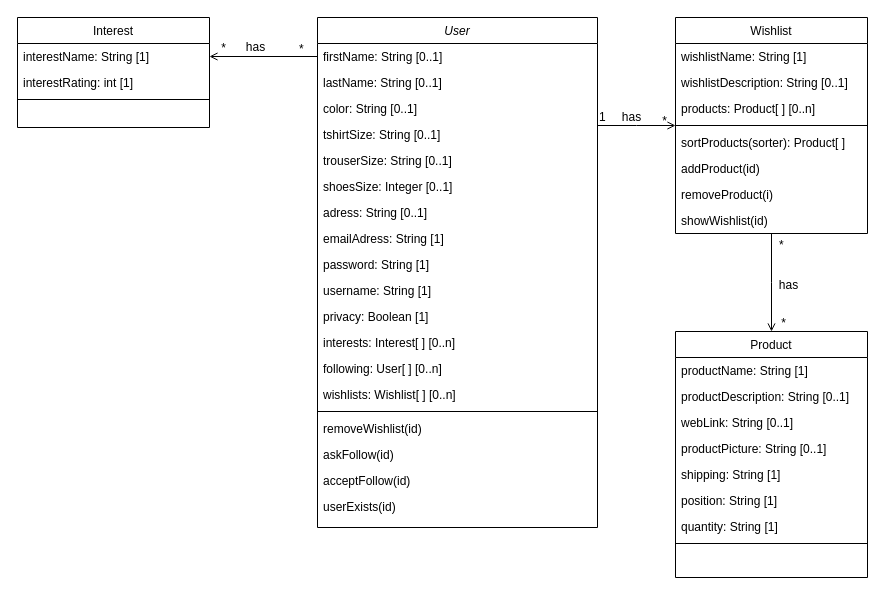
Before: Diagrammes/ClassDiagram.drawio in NNepper/LSINF1225-2020-GroupeL1.1-WishList, a draw.io diagram. Source tidied: cells renumbered, new cells numbered last; positions are measured from the earlier drawing's top-left corner, leaving out a move shared by most shapes. Both pictures are drawn from the tidied source at 100%, with x=0, y=0 at pixel (17, 17).
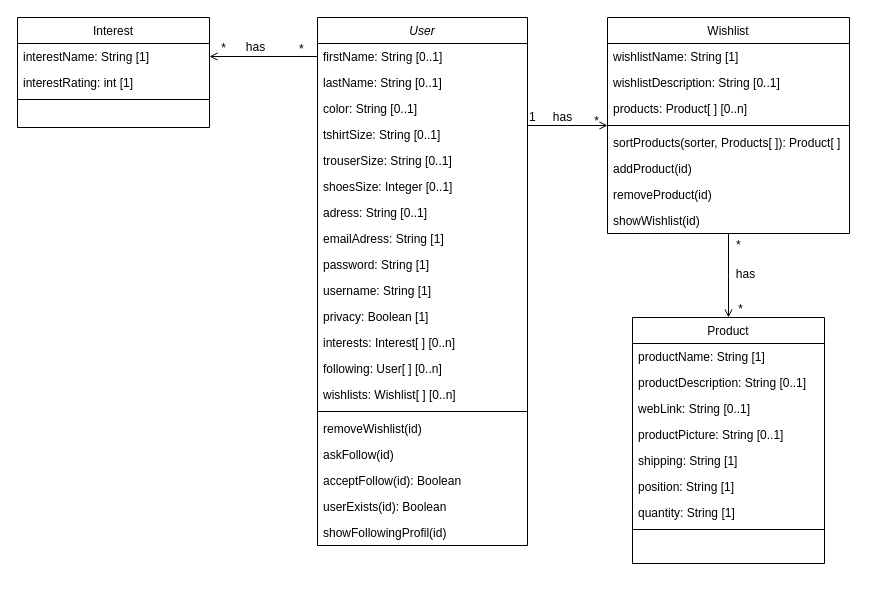
The same diagram, later.

Commit message (it also covers changes not shown here):
Modification des fonctions

Change to the diagram source:
```diff
@@
     <mxCell id="2" value="User" style="swimlane;fontStyle=2;align=center;verticalAlign=top;horizontal=1;startSize=26;rounded=0;shadow=0;strokeWidth=1;" parent="1" vertex="1">
-      <mxGeometry x="300" width="280" height="510" as="geometry" />
+      <mxGeometry x="300" width="210" height="528" as="geometry" />
     </mxCell>
     <mxCell id="3" value="firstName: String [0..1]" style="text;align=left;verticalAlign=top;spacingLeft=4;spacingRight=4;overflow=hidden;points=[[0,0.5],[1,0.5]];portConstraint=eastwest;" parent="2" vertex="1">
-      <mxGeometry y="26" width="280" height="26" as="geometry" />
+      <mxGeometry y="26" width="210" height="26" as="geometry" />
     </mxCell>
     <mxCell id="4" value="lastName: String [0..1]" style="text;align=left;verticalAlign=top;spacingLeft=4;spacingRight=4;overflow=hidden;rounded=0;shadow=0;html=0;" parent="2" vertex="1">
-      <mxGeometry y="52" width="280" height="26" as="geometry" />
+      <mxGeometry y="52" width="210" height="26" as="geometry" />
     </mxCell>
     <mxCell id="5" value="color: String [0..1]" style="text;align=left;verticalAlign=top;spacingLeft=4;spacingRight=4;overflow=hidden;rounded=0;shadow=0;html=0;" parent="2" vertex="1">
-      <mxGeometry y="78" width="280" height="26" as="geometry" />
+      <mxGeometry y="78" width="210" height="26" as="geometry" />
     </mxCell>
     <mxCell id="6" value="tshirtSize: String [0..1]" style="text;align=left;verticalAlign=top;spacingLeft=4;spacingRight=4;overflow=hidden;" parent="2" vertex="1">
-      <mxGeometry y="104" width="280" height="26" as="geometry" />
+      <mxGeometry y="104" width="210" height="26" as="geometry" />
     </mxCell>
     <mxCell id="7" value="trouserSize: String [0..1]" style="text;align=left;verticalAlign=top;spacingLeft=4;spacingRight=4;overflow=hidden;" parent="2" vertex="1">
-      <mxGeometry y="130" width="280" height="26" as="geometry" />
+      <mxGeometry y="130" width="210" height="26" as="geometry" />
     </mxCell>
     <mxCell id="8" value="shoesSize: Integer [0..1]" style="text;align=left;verticalAlign=top;spacingLeft=4;spacingRight=4;overflow=hidden;" parent="2" vertex="1">
-      <mxGeometry y="156" width="280" height="26" as="geometry" />
+      <mxGeometry y="156" width="210" height="26" as="geometry" />
     </mxCell>
     <mxCell id="9" value="adress: String [0..1]" style="text;align=left;verticalAlign=top;spacingLeft=4;spacingRight=4;overflow=hidden;" parent="2" vertex="1">
-      <mxGeometry y="182" width="280" height="26" as="geometry" />
+      <mxGeometry y="182" width="210" height="26" as="geometry" />
     </mxCell>
     <mxCell id="10" value="emailAdress: String [1]" style="text;align=left;verticalAlign=top;spacingLeft=4;spacingRight=4;overflow=hidden;" parent="2" vertex="1">
-      <mxGeometry y="208" width="280" height="26" as="geometry" />
+      <mxGeometry y="208" width="210" height="26" as="geometry" />
     </mxCell>
     <mxCell id="11" value="password: String [1]" style="text;align=left;verticalAlign=top;spacingLeft=4;spacingRight=4;overflow=hidden;" parent="2" vertex="1">
-      <mxGeometry y="234" width="280" height="26" as="geometry" />
+      <mxGeometry y="234" width="210" height="26" as="geometry" />
     </mxCell>
     <mxCell id="12" value="username: String [1]" style="text;align=left;verticalAlign=top;spacingLeft=4;spacingRight=4;overflow=hidden;" parent="2" vertex="1">
-      <mxGeometry y="260" width="280" height="26" as="geometry" />
+      <mxGeometry y="260" width="210" height="26" as="geometry" />
     </mxCell>
     <mxCell id="13" value="privacy: Boolean [1]" style="text;align=left;verticalAlign=top;spacingLeft=4;spacingRight=4;overflow=hidden;" parent="2" vertex="1">
-      <mxGeometry y="286" width="280" height="26" as="geometry" />
+      <mxGeometry y="286" width="210" height="26" as="geometry" />
     </mxCell>
     <mxCell id="14" value="interests: Interest[ ] [0..n]" style="text;align=left;verticalAlign=top;spacingLeft=4;spacingRight=4;overflow=hidden;" parent="2" vertex="1">
-      <mxGeometry y="312" width="280" height="26" as="geometry" />
+      <mxGeometry y="312" width="210" height="26" as="geometry" />
     </mxCell>
     <mxCell id="15" value="following: User[ ] [0..n]" style="text;align=left;verticalAlign=top;spacingLeft=4;spacingRight=4;overflow=hidden;" parent="2" vertex="1">
-      <mxGeometry y="338" width="280" height="26" as="geometry" />
+      <mxGeometry y="338" width="210" height="26" as="geometry" />
     </mxCell>
     <mxCell id="16" value="wishlists: Wishlist[ ] [0..n]" style="text;align=left;verticalAlign=top;spacingLeft=4;spacingRight=4;overflow=hidden;" parent="2" vertex="1">
-      <mxGeometry y="364" width="280" height="26" as="geometry" />
+      <mxGeometry y="364" width="210" height="26" as="geometry" />
     </mxCell>
     <mxCell id="17" style="line;html=1;strokeWidth=1;align=left;verticalAlign=middle;spacingTop=-1;spacingLeft=3;spacingRight=3;labelPosition=right;" parent="2" vertex="1">
-      <mxGeometry y="390" width="280" height="8" as="geometry" />
+      <mxGeometry y="390" width="210" height="8" as="geometry" />
     </mxCell>
     <mxCell id="18" value="removeWishlist(id)" style="text;align=left;verticalAlign=top;spacingLeft=4;spacingRight=4;overflow=hidden;" parent="2" vertex="1">
-      <mxGeometry y="398" width="280" height="26" as="geometry" />
+      <mxGeometry y="398" width="210" height="26" as="geometry" />
     </mxCell>
     <mxCell id="19" value="askFollow(id)" style="text;align=left;verticalAlign=top;spacingLeft=4;spacingRight=4;overflow=hidden;" parent="2" vertex="1">
-      <mxGeometry y="424" width="280" height="26" as="geometry" />
+      <mxGeometry y="424" width="210" height="26" as="geometry" />
     </mxCell>
-    <mxCell id="20" value="acceptFollow(id)" style="text;align=left;verticalAlign=top;spacingLeft=4;spacingRight=4;overflow=hidden;" parent="2" vertex="1">
-      <mxGeometry y="450" width="280" height="26" as="geometry" />
+    <mxCell id="20" value="acceptFollow(id): Boolean" style="text;align=left;verticalAlign=top;spacingLeft=4;spacingRight=4;overflow=hidden;" parent="2" vertex="1">
+      <mxGeometry y="450" width="210" height="26" as="geometry" />
     </mxCell>
-    <mxCell id="21" value="userExists(id)" style="text;align=left;verticalAlign=top;spacingLeft=4;spacingRight=4;overflow=hidden;" parent="2" vertex="1">
-      <mxGeometry y="476" width="280" height="26" as="geometry" />
+    <mxCell id="21" value="userExists(id): Boolean" style="text;align=left;verticalAlign=top;spacingLeft=4;spacingRight=4;overflow=hidden;" parent="2" vertex="1">
+      <mxGeometry y="476" width="210" height="26" as="geometry" />
     </mxCell>
-    <mxCell id="22" value="Wishlist" style="swimlane;fontStyle=0;align=center;verticalAlign=top;horizontal=1;startSize=26;rounded=0;shadow=0;strokeWidth=1;" parent="1" vertex="1">
-      <mxGeometry x="658" width="192" height="216" as="geometry" />
-    </mxCell>
-    <mxCell id="23" value="wishlistName: String [1]" style="text;align=left;verticalAlign=top;spacingLeft=4;spacingRight=4;overflow=hidden;" parent="22" vertex="1">
-      <mxGeometry y="26" width="192" height="26" as="geometry" />
-    </mxCell>
-    <mxCell id="24" value="wishlistDescription: String [0..1]" style="text;align=left;verticalAlign=top;spacingLeft=4;spacingRight=4;overflow=hidden;rounded=0;shadow=0;html=0;" parent="22" vertex="1">
-      <mxGeometry y="52" width="192" height="26" as="geometry" />
-    </mxCell>
-    <mxCell id="25" value="products: Product[ ] [0..n]" style="text;align=left;verticalAlign=top;spacingLeft=4;spacingRight=4;overflow=hidden;rounded=0;shadow=0;html=0;" parent="22" vertex="1">
-      <mxGeometry y="78" width="192" height="26" as="geometry" />
-    </mxCell>
-    <mxCell id="26" style="line;html=1;strokeWidth=1;align=left;verticalAlign=middle;spacingTop=-1;spacingLeft=3;spacingRight=3;labelPosition=right;" parent="22" vertex="1">
-      <mxGeometry y="104" width="192" height="8" as="geometry" />
-    </mxCell>
-    <mxCell id="27" value="sortProducts(sorter): Product[ ]" style="text;align=left;verticalAlign=top;spacingLeft=4;spacingRight=4;overflow=hidden;rounded=0;shadow=0;html=0;" parent="22" vertex="1">
-      <mxGeometry y="112" width="192" height="26" as="geometry" />
-    </mxCell>
-    <mxCell id="28" value="addProduct(id)" style="text;align=left;verticalAlign=top;spacingLeft=4;spacingRight=4;overflow=hidden;rounded=0;shadow=0;html=0;" parent="22" vertex="1">
-      <mxGeometry y="138" width="192" height="26" as="geometry" />
-    </mxCell>
-    <mxCell id="29" value="removeProduct(i)" style="text;align=left;verticalAlign=top;spacingLeft=4;spacingRight=4;overflow=hidden;rounded=0;shadow=0;html=0;" parent="22" vertex="1">
-      <mxGeometry y="164" width="192" height="26" as="geometry" />
-    </mxCell>
-    <mxCell id="30" value="showWishlist(id)" style="text;align=left;verticalAlign=top;spacingLeft=4;spacingRight=4;overflow=hidden;rounded=0;shadow=0;html=0;" parent="22" vertex="1">
-      <mxGeometry y="190" width="192" height="26" as="geometry" />
-    </mxCell>
+    <mxCell id="56" value="showFollowingProfil(id)" style="text;align=left;verticalAlign=top;spacingLeft=4;spacingRight=4;overflow=hidden;" parent="2" vertex="1">
+      <mxGeometry y="502" width="210" height="26" as="geometry" />
+    </mxCell>
@@
+    <mxCell id="52" value="Interest" style="swimlane;fontStyle=0;align=center;verticalAlign=top;horizontal=1;startSize=26;rounded=0;shadow=0;strokeWidth=1;" parent="1" vertex="1">
+      <mxGeometry width="192" height="110" as="geometry" />
+    </mxCell>
+    <mxCell id="53" value="interestName: String [1]" style="text;align=left;verticalAlign=top;spacingLeft=4;spacingRight=4;overflow=hidden;points=[[0,0.5],[1,0.5]];portConstraint=eastwest;" parent="52" vertex="1">
+      <mxGeometry y="26" width="192" height="26" as="geometry" />
+    </mxCell>
+    <mxCell id="54" value="interestRating: int [1]" style="text;align=left;verticalAlign=top;spacingLeft=4;spacingRight=4;overflow=hidden;" parent="52" vertex="1">
+      <mxGeometry y="52" width="192" height="26" as="geometry" />
+    </mxCell>
+    <mxCell id="55" style="line;html=1;strokeWidth=1;align=left;verticalAlign=middle;spacingTop=-1;spacingLeft=3;spacingRight=3;labelPosition=right;" parent="52" vertex="1">
+      <mxGeometry y="78" width="192" height="8" as="geometry" />
+    </mxCell>
+    <mxCell id="22" value="Wishlist" style="swimlane;fontStyle=0;align=center;verticalAlign=top;horizontal=1;startSize=26;rounded=0;shadow=0;strokeWidth=1;" parent="1" vertex="1">
+      <mxGeometry x="590" width="242" height="216" as="geometry" />
+    </mxCell>
+    <mxCell id="23" value="wishlistName: String [1]" style="text;align=left;verticalAlign=top;spacingLeft=4;spacingRight=4;overflow=hidden;" parent="22" vertex="1">
+      <mxGeometry y="26" width="242" height="26" as="geometry" />
+    </mxCell>
+    <mxCell id="24" value="wishlistDescription: String [0..1]" style="text;align=left;verticalAlign=top;spacingLeft=4;spacingRight=4;overflow=hidden;rounded=0;shadow=0;html=0;" parent="22" vertex="1">
+      <mxGeometry y="52" width="242" height="26" as="geometry" />
+    </mxCell>
+    <mxCell id="25" value="products: Product[ ] [0..n]" style="text;align=left;verticalAlign=top;spacingLeft=4;spacingRight=4;overflow=hidden;rounded=0;shadow=0;html=0;" parent="22" vertex="1">
+      <mxGeometry y="78" width="242" height="26" as="geometry" />
+    </mxCell>
+    <mxCell id="26" style="line;html=1;strokeWidth=1;align=left;verticalAlign=middle;spacingTop=-1;spacingLeft=3;spacingRight=3;labelPosition=right;" parent="22" vertex="1">
+      <mxGeometry y="104" width="242" height="8" as="geometry" />
+    </mxCell>
+    <mxCell id="27" value="sortProducts(sorter, Products[ ]): Product[ ]" style="text;align=left;verticalAlign=top;spacingLeft=4;spacingRight=4;overflow=hidden;rounded=0;shadow=0;html=0;" parent="22" vertex="1">
+      <mxGeometry y="112" width="242" height="26" as="geometry" />
+    </mxCell>
+    <mxCell id="28" value="addProduct(id)" style="text;align=left;verticalAlign=top;spacingLeft=4;spacingRight=4;overflow=hidden;rounded=0;shadow=0;html=0;" parent="22" vertex="1">
+      <mxGeometry y="138" width="242" height="26" as="geometry" />
+    </mxCell>
+    <mxCell id="29" value="removeProduct(id)" style="text;align=left;verticalAlign=top;spacingLeft=4;spacingRight=4;overflow=hidden;rounded=0;shadow=0;html=0;" parent="22" vertex="1">
+      <mxGeometry y="164" width="242" height="26" as="geometry" />
+    </mxCell>
+    <mxCell id="30" value="showWishlist(id)" style="text;align=left;verticalAlign=top;spacingLeft=4;spacingRight=4;overflow=hidden;rounded=0;shadow=0;html=0;" parent="22" vertex="1">
+      <mxGeometry y="190" width="242" height="26" as="geometry" />
+    </mxCell>
     <mxCell id="43" value="Product" style="swimlane;fontStyle=0;align=center;verticalAlign=top;horizontal=1;startSize=26;rounded=0;shadow=0;strokeWidth=1;" parent="1" vertex="1">
-      <mxGeometry x="658" y="314" width="192" height="246" as="geometry" />
+      <mxGeometry x="615" y="300" width="192" height="246" as="geometry" />
     </mxCell>
@@
-    <mxCell id="52" value="Interest" style="swimlane;fontStyle=0;align=center;verticalAlign=top;horizontal=1;startSize=26;rounded=0;shadow=0;strokeWidth=1;" parent="1" vertex="1">
-      <mxGeometry width="192" height="110" as="geometry" />
-    </mxCell>
-    <mxCell id="53" value="interestName: String [1]" style="text;align=left;verticalAlign=top;spacingLeft=4;spacingRight=4;overflow=hidden;points=[[0,0.5],[1,0.5]];portConstraint=eastwest;" parent="52" vertex="1">
-      <mxGeometry y="26" width="192" height="26" as="geometry" />
-    </mxCell>
-    <mxCell id="54" value="interestRating: int [1]" style="text;align=left;verticalAlign=top;spacingLeft=4;spacingRight=4;overflow=hidden;" parent="52" vertex="1">
-      <mxGeometry y="52" width="192" height="26" as="geometry" />
-    </mxCell>
-    <mxCell id="55" style="line;html=1;strokeWidth=1;align=left;verticalAlign=middle;spacingTop=-1;spacingLeft=3;spacingRight=3;labelPosition=right;" parent="52" vertex="1">
-      <mxGeometry y="78" width="192" height="8" as="geometry" />
-    </mxCell>
```
